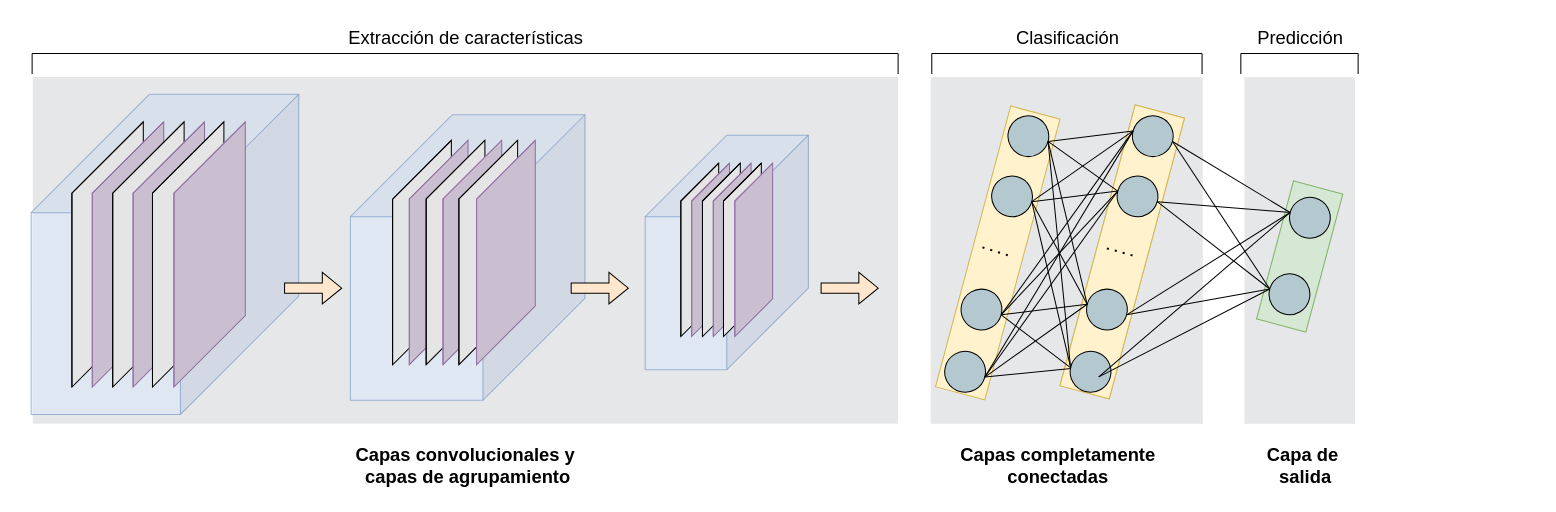
The draw.io diagram diagrams/cnn.drawio in abarbierif/al_hw, before the edit. Source tidied: cells renumbered, new cells numbered last; positions are measured from the earlier drawing's top-left corner, leaving out a move shared by most shapes. Both pictures are drawn from the tidied source at 102%, with x=0, y=0 at pixel (31, 17).
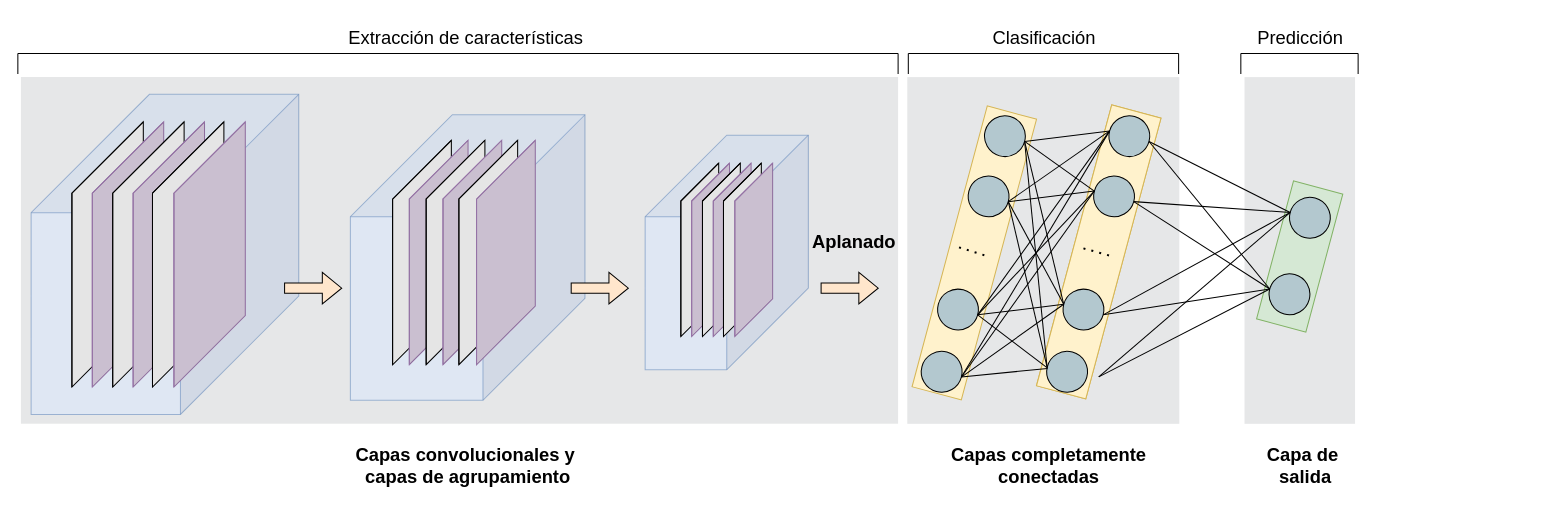
The same page after the edit.

The change refers to these unchanged cells:
```xml
<mxCell id="2" style="group;rotation=0;" parent="1" vertex="1">
  <mxGeometry x="937" y="83" width="540" height="385" as="geometry" />
</mxCell>
<mxCell id="3" style="group;" parent="2" vertex="1">
  <mxGeometry x="-937" y="31" width="850" height="287" as="geometry" />
</mxCell>
```

What changed in the source:
```diff
@@
     <mxCell id="4" style="rounded=0;whiteSpace=wrap;html=1;fillColor=#e6e7e8;strokeColor=none;" parent="3" vertex="1">
-      <mxGeometry x="1.6" y="-56" width="848.4" height="339.9" as="geometry" />
+      <mxGeometry x="-10" y="-56" width="860" height="339.9" as="geometry" />
     </mxCell>
@@
     <mxCell id="22" value="&lt;b&gt;&lt;font style=&quot;font-size: 18px;&quot;&gt;Capas completamente conectadas&lt;/font&gt;&lt;/b&gt;" style="text;html=1;align=center;verticalAlign=middle;whiteSpace=wrap;rounded=0;" parent="2" vertex="1">
-      <mxGeometry x="-70" y="342" width="280" height="30" as="geometry" />
+      <mxGeometry x="-79" y="342" width="280" height="30" as="geometry" />
     </mxCell>
@@
     <mxCell id="25" value="&lt;font style=&quot;font-size: 18px;&quot;&gt;Clasificación&lt;/font&gt;" style="text;html=1;align=center;verticalAlign=middle;strokeColor=none;fillColor=none;" parent="1" vertex="1">
-      <mxGeometry x="955.5" width="120" height="40" as="geometry" />
+      <mxGeometry x="932.5" width="120" height="40" as="geometry" />
     </mxCell>
     <mxCell id="26" style="group;strokeColor=none;rounded=0;" parent="1" vertex="1">
-      <mxGeometry x="883" y="35" width="265" height="20" as="geometry" />
+      <mxGeometry x="860" y="35" width="265" height="20" as="geometry" />
     </mxCell>
@@
     <mxCell id="35" style="group;strokeColor=none;rounded=0;strokeWidth=1;perimeterSpacing=0;" parent="1" vertex="1">
-      <mxGeometry x="1" y="35" width="849" height="20" as="geometry" />
+      <mxGeometry x="-13" y="35" width="863" height="20" as="geometry" />
     </mxCell>
     <mxCell id="36" style="endArrow=none;html=1;rounded=0;" parent="35" edge="1">
       <mxGeometry relative="1" as="geometry">
         <mxPoint as="sourcePoint" />
-        <mxPoint x="849" as="targetPoint" />
+        <mxPoint x="863" as="targetPoint" />
       </mxGeometry>
     </mxCell>
@@
     <mxCell id="38" style="endArrow=none;html=1;rounded=0;" parent="35" edge="1">
       <mxGeometry relative="1" as="geometry">
-        <mxPoint x="849" y="20" as="sourcePoint" />
-        <mxPoint x="849" as="targetPoint" />
+        <mxPoint x="863" y="20" as="sourcePoint" />
+        <mxPoint x="863" as="targetPoint" />
       </mxGeometry>
     </mxCell>
@@
     <mxCell id="40" style="group;" parent="1" vertex="1">
-      <mxGeometry x="641" y="57" width="190" height="250" as="geometry" />
+      <mxGeometry x="641" y="57" width="196" height="250" as="geometry" />
     </mxCell>
@@
+    <mxCell id="94" value="&lt;div&gt;&lt;b&gt;&lt;font style=&quot;font-size: 18px;&quot;&gt;Aplanado&lt;/font&gt;&lt;/b&gt;&lt;/div&gt;" style="text;html=1;align=center;verticalAlign=middle;whiteSpace=wrap;rounded=0;" parent="40" vertex="1">
+      <mxGeometry x="136" y="148" width="60" height="30" as="geometry" />
+    </mxCell>
@@
     <mxCell id="50" style="rounded=0;whiteSpace=wrap;html=1;fillColor=#e6e7e8;strokeColor=none;" parent="1" vertex="1">
-      <mxGeometry x="882" y="58.1" width="266.7" height="339.9" as="geometry" />
+      <mxGeometry x="859" y="58.1" width="266.7" height="339.9" as="geometry" />
     </mxCell>
@@
     <mxCell id="55" style="group;rotation=15;fillColor=#fff2cc;strokeColor=#d6b656;" parent="1" vertex="1">
-      <mxGeometry x="1044.7" y="87" width="50" height="285" as="geometry" />
+      <mxGeometry x="1021.7" y="87" width="50" height="285" as="geometry" />
     </mxCell>
@@
     <mxCell id="62" style="group;rotation=15;" parent="1" vertex="1">
-      <mxGeometry x="922.7" y="88" width="154" height="285" as="geometry" />
+      <mxGeometry x="899.7" y="88" width="154" height="285" as="geometry" />
     </mxCell>
```
